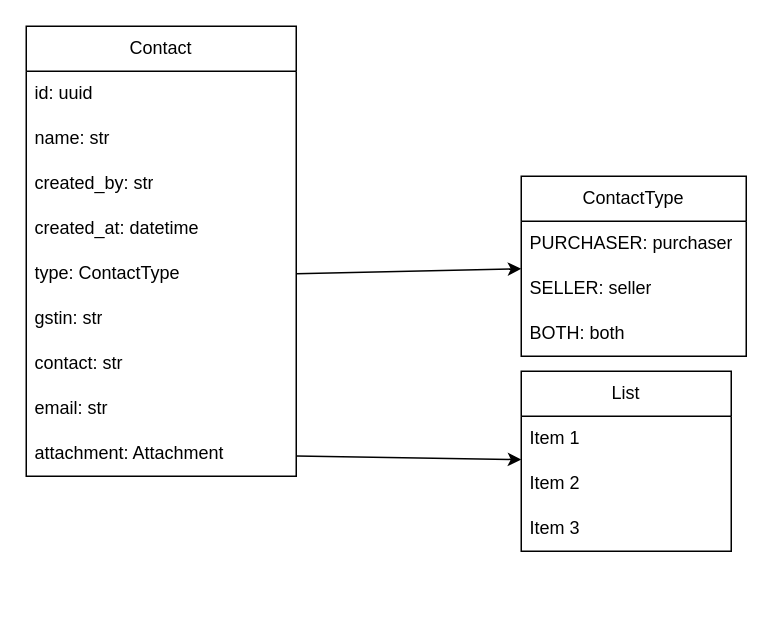
This is page "Contact" (3 of 3) of docs/IMS_MPT.drawio from Cherisher08/IMS_mpt_backend, a draw.io file, before an edit. Source tidied: cells renumbered, new cells numbered last; positions are measured from the earlier drawing's top-left corner, leaving out a move shared by most shapes. Both pictures are drawn from the tidied source at 150%, with x=0, y=0 at pixel (26, 26).
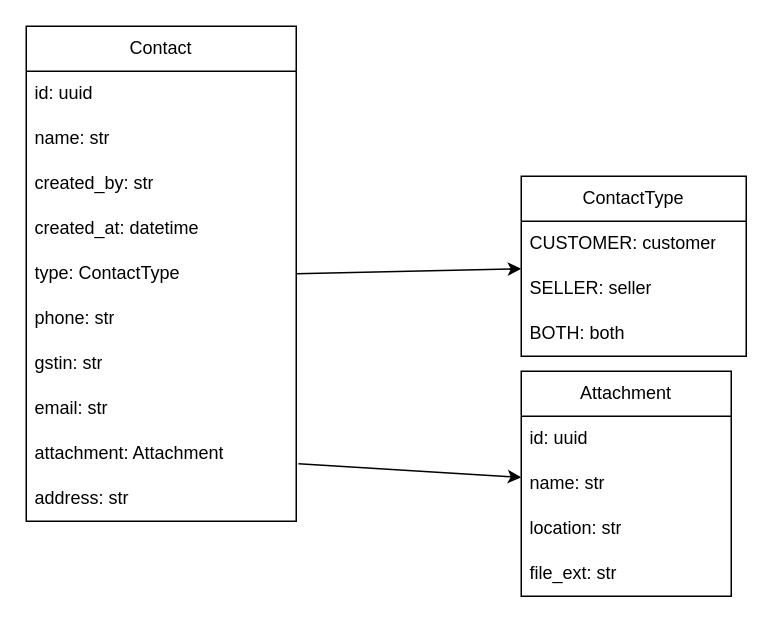
The same diagram, later.

The change refers to these unchanged cells:
```xml
<mxCell id="12" value="ContactType" style="swimlane;fontStyle=0;horizontal=1;startSize=30;whiteSpace=wrap;html=1;" parent="1" vertex="1">
  <mxGeometry x="330" y="100" width="150" height="120" as="geometry" />
</mxCell>
```

Diff of the diagram source:
```diff
@@
     <mxCell id="2" value="Contact" style="swimlane;fontStyle=0;horizontal=1;startSize=30;whiteSpace=wrap;html=1;" parent="1" vertex="1">
-      <mxGeometry width="180" height="300" as="geometry" />
+      <mxGeometry width="180" height="330" as="geometry" />
     </mxCell>
@@
+    <mxCell id="9" value="phone: str" style="text;strokeColor=none;fillColor=none;align=left;verticalAlign=middle;spacingLeft=4;spacingRight=4;overflow=hidden;whiteSpace=wrap;html=1;" parent="2" vertex="1">
+      <mxGeometry y="180" width="180" height="30" as="geometry" />
+    </mxCell>
     <mxCell id="8" value="gstin: str" style="text;strokeColor=none;fillColor=none;align=left;verticalAlign=middle;spacingLeft=4;spacingRight=4;overflow=hidden;whiteSpace=wrap;html=1;" parent="2" vertex="1">
-      <mxGeometry y="180" width="180" height="30" as="geometry" />
+      <mxGeometry y="210" width="180" height="30" as="geometry" />
     </mxCell>
-    <mxCell id="9" value="contact: str" style="text;strokeColor=none;fillColor=none;align=left;verticalAlign=middle;spacingLeft=4;spacingRight=4;overflow=hidden;whiteSpace=wrap;html=1;" parent="2" vertex="1">
-      <mxGeometry y="210" width="180" height="30" as="geometry" />
-    </mxCell>
@@
+    <mxCell id="22" value="attachment: Attachment" style="text;strokeColor=none;fillColor=none;align=left;verticalAlign=middle;spacingLeft=4;spacingRight=4;overflow=hidden;points=[[0,0.5],[1,0.5]];portConstraint=eastwest;whiteSpace=wrap;html=1;" parent="2" vertex="1">
+      <mxGeometry y="270" width="180" height="30" as="geometry" />
+    </mxCell>
-    <mxCell id="11" value="attachment: Attachment" style="text;strokeColor=none;fillColor=none;align=left;verticalAlign=middle;spacingLeft=4;spacingRight=4;overflow=hidden;points=[[0,0.5],[1,0.5]];portConstraint=eastwest;whiteSpace=wrap;html=1;" parent="2" vertex="1">
-      <mxGeometry y="270" width="180" height="30" as="geometry" />
+    <mxCell id="11" value="address: str" style="text;strokeColor=none;fillColor=none;align=left;verticalAlign=middle;spacingLeft=4;spacingRight=4;overflow=hidden;points=[[0,0.5],[1,0.5]];portConstraint=eastwest;whiteSpace=wrap;html=1;" parent="2" vertex="1">
+      <mxGeometry y="300" width="180" height="30" as="geometry" />
     </mxCell>
@@
-    <mxCell id="13" value="PURCHASER: purchaser" style="text;strokeColor=none;fillColor=none;align=left;verticalAlign=middle;spacingLeft=4;spacingRight=4;overflow=hidden;whiteSpace=wrap;html=1;" parent="12" vertex="1">
+    <mxCell id="13" value="CUSTOMER: customer" style="text;strokeColor=none;fillColor=none;align=left;verticalAlign=middle;spacingLeft=4;spacingRight=4;overflow=hidden;whiteSpace=wrap;html=1;" parent="12" vertex="1">
       <mxGeometry y="30" width="150" height="30" as="geometry" />
     </mxCell>
@@
-    <mxCell id="17" value="List" style="swimlane;fontStyle=0;horizontal=1;startSize=30;whiteSpace=wrap;html=1;" parent="1" vertex="1">
-      <mxGeometry x="330" y="230" width="140" height="120" as="geometry" />
+    <mxCell id="17" value="Attachment" style="swimlane;fontStyle=0;horizontal=1;startSize=30;whiteSpace=wrap;html=1;" parent="1" vertex="1">
+      <mxGeometry x="330" y="230" width="140" height="150" as="geometry" />
     </mxCell>
-    <mxCell id="18" value="Item 1" style="text;strokeColor=none;fillColor=none;align=left;verticalAlign=middle;spacingLeft=4;spacingRight=4;overflow=hidden;whiteSpace=wrap;html=1;" parent="17" vertex="1">
+    <mxCell id="18" value="id: uuid" style="text;strokeColor=none;fillColor=none;align=left;verticalAlign=middle;spacingLeft=4;spacingRight=4;overflow=hidden;whiteSpace=wrap;html=1;" parent="17" vertex="1">
       <mxGeometry y="30" width="140" height="30" as="geometry" />
     </mxCell>
-    <mxCell id="19" value="Item 2" style="text;strokeColor=none;fillColor=none;align=left;verticalAlign=middle;spacingLeft=4;spacingRight=4;overflow=hidden;whiteSpace=wrap;html=1;" parent="17" vertex="1">
+    <mxCell id="19" value="name: str" style="text;strokeColor=none;fillColor=none;align=left;verticalAlign=middle;spacingLeft=4;spacingRight=4;overflow=hidden;whiteSpace=wrap;html=1;" parent="17" vertex="1">
       <mxGeometry y="60" width="140" height="30" as="geometry" />
     </mxCell>
-    <mxCell id="20" value="Item 3" style="text;strokeColor=none;fillColor=none;align=left;verticalAlign=middle;spacingLeft=4;spacingRight=4;overflow=hidden;whiteSpace=wrap;html=1;" parent="17" vertex="1">
+    <mxCell id="20" value="location: str" style="text;strokeColor=none;fillColor=none;align=left;verticalAlign=middle;spacingLeft=4;spacingRight=4;overflow=hidden;whiteSpace=wrap;html=1;" parent="17" vertex="1">
       <mxGeometry y="90" width="140" height="30" as="geometry" />
     </mxCell>
+    <mxCell id="23" value="file_ext: str" style="text;strokeColor=none;fillColor=none;align=left;verticalAlign=middle;spacingLeft=4;spacingRight=4;overflow=hidden;whiteSpace=wrap;html=1;" parent="17" vertex="1">
+      <mxGeometry y="120" width="140" height="30" as="geometry" />
+    </mxCell>
-    <mxCell id="21" style="edgeStyle=none;rounded=0;jettySize=auto;html=1;" parent="1" edge="1" source="11" target="17">
+    <mxCell id="21" style="edgeStyle=none;rounded=0;jettySize=auto;html=1;exitX=1.008;exitY=0.722;exitDx=0;exitDy=0;exitPerimeter=0;" parent="1" edge="1" source="22" target="17">
       <mxGeometry relative="1" as="geometry" />
     </mxCell>
```
